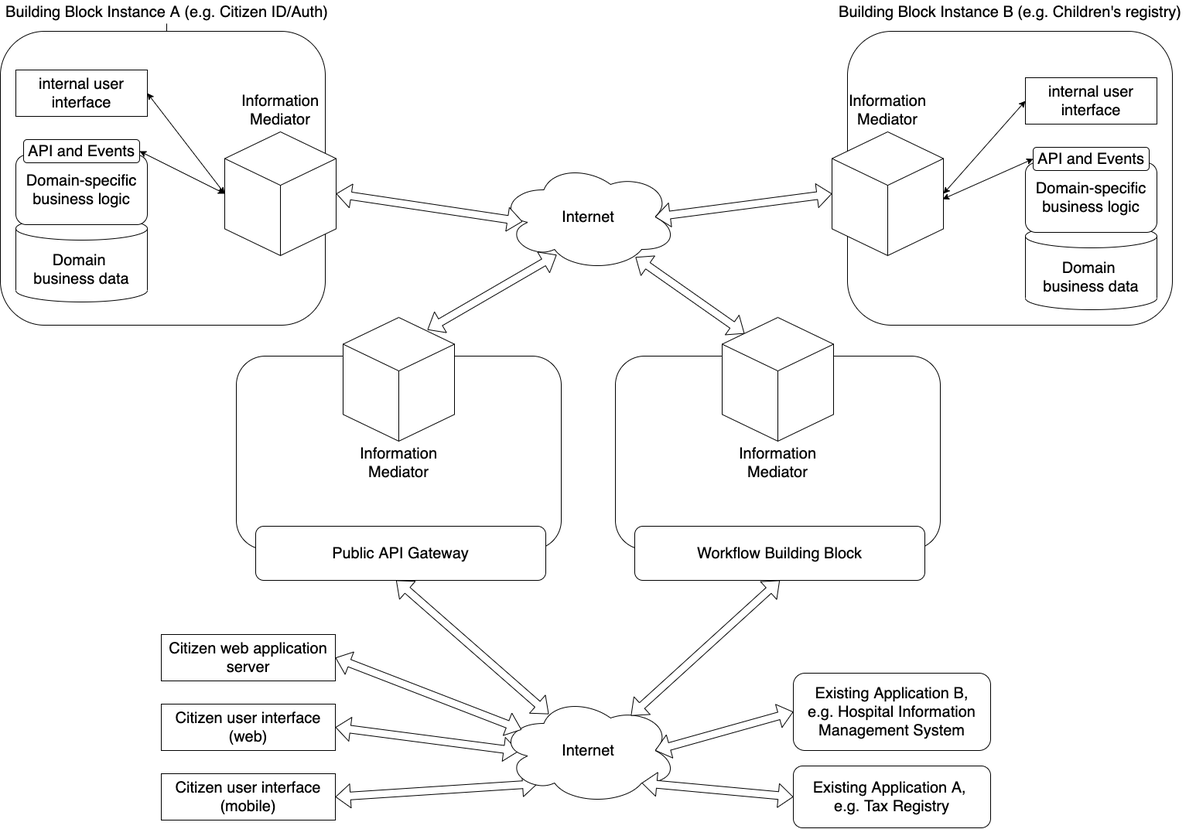
Earlier version of the draw.io export diagrams/information_mediator.png (GovStackWorkingGroup/BuildingBlockAPI). Source tidied: cells renumbered, new cells last; positions are measured from the earlier drawing's top-left corner, leaving out a move shared by most shapes.
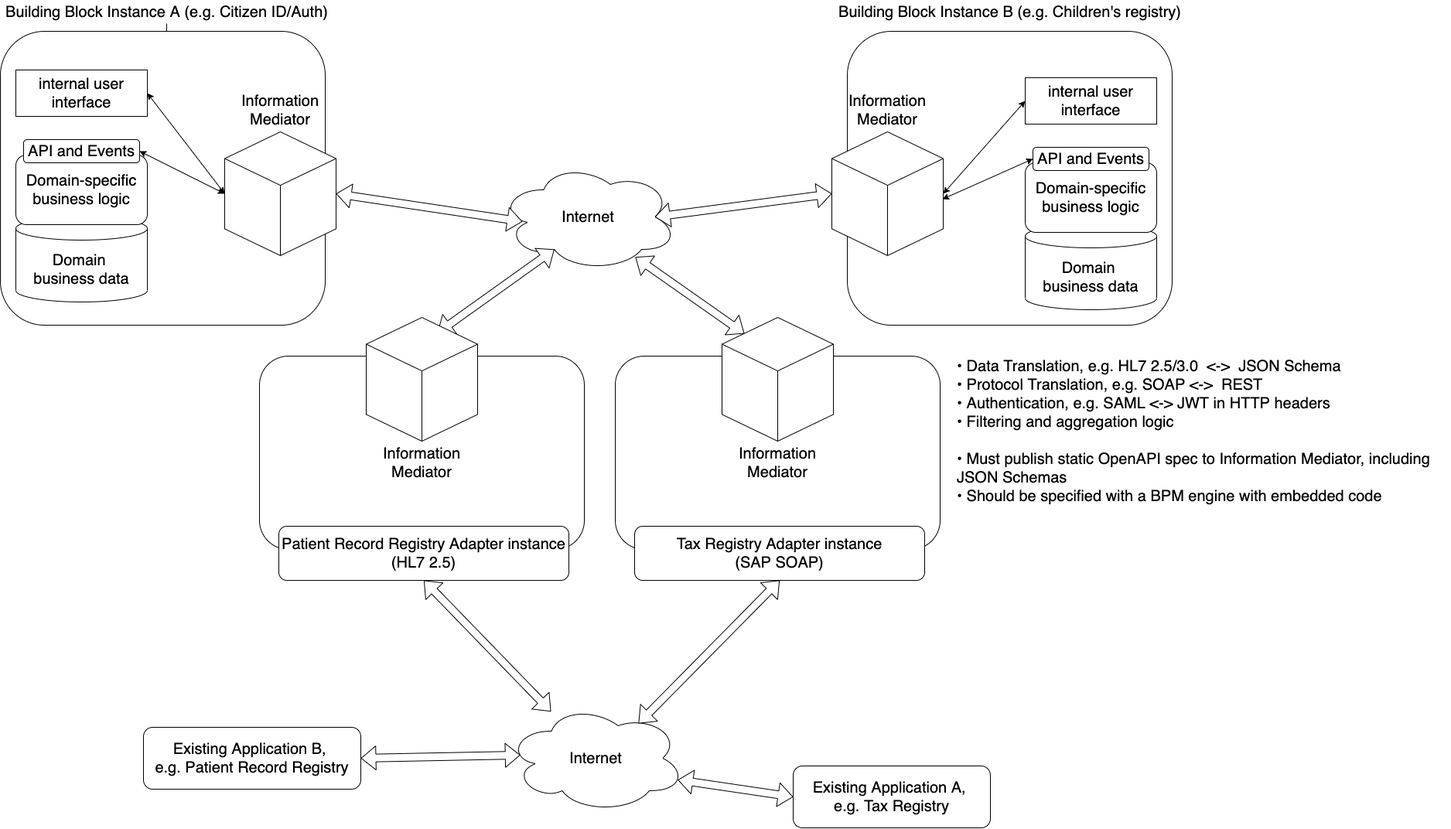
After the commit.

The edit, as a diff of the source:
```diff
@@ -17,17 +17,8 @@
     <mxCell id="6" style="shape=flexArrow;endArrow=classic;html=1;fontSize=20;entryX=0;entryY=0.5;entryDx=0;entryDy=0;entryPerimeter=0;startArrow=block;exitX=0.875;exitY=0.5;exitDx=0;exitDy=0;exitPerimeter=0;fillColor=#ffffff;" parent="1" edge="1" source="4" target="49">
       <mxGeometry relative="1" as="geometry" />
     </mxCell>
-    <mxCell id="7" style="shape=flexArrow;endArrow=classic;html=1;fontSize=20;startArrow=block;entryX=0.757;entryY=0.1;entryDx=0;entryDy=0;entryPerimeter=0;exitX=0.322;exitY=0.85;exitDx=0;exitDy=0;exitPerimeter=0;fillColor=#ffffff;" parent="1" edge="1" source="4" target="39">
-      <mxGeometry relative="1" as="geometry" />
-    </mxCell>
-    <mxCell id="8" style="shape=flexArrow;endArrow=classic;html=1;fontSize=20;startArrow=block;entryX=1;entryY=0.5;entryDx=0;entryDy=0;exitX=0.109;exitY=0.507;exitDx=0;exitDy=0;exitPerimeter=0;" parent="1" edge="1" source="10" target="19">
-      <mxGeometry relative="1" as="geometry" />
-    </mxCell>
-    <mxCell id="9" style="shape=flexArrow;endArrow=classic;html=1;fontSize=20;startArrow=block;entryX=1;entryY=0.5;entryDx=0;entryDy=0;exitX=0.215;exitY=0.807;exitDx=0;exitDy=0;exitPerimeter=0;" parent="1" edge="1" source="10" target="18">
-      <mxGeometry relative="1" as="geometry" />
-    </mxCell>
     <mxCell id="10" value="Internet" style="ellipse;shape=cloud;whiteSpace=wrap;html=1;fontSize=20;" parent="1" vertex="1">
-      <mxGeometry x="645" y="900" width="230" height="140" as="geometry" />
+      <mxGeometry x="655" y="910" width="230" height="140" as="geometry" />
     </mxCell>
     <mxCell id="11" style="shape=flexArrow;endArrow=classic;html=1;fontSize=20;startArrow=block;entryX=0.201;entryY=0.131;entryDx=0;entryDy=0;entryPerimeter=0;fillColor=#ffffff;exitX=0.765;exitY=0.871;exitDx=0;exitDy=0;exitPerimeter=0;" parent="1" edge="1" source="4" target="34">
       <mxGeometry relative="1" as="geometry" />
@@ -35,33 +26,12 @@
     <mxCell id="12" style="shape=flexArrow;endArrow=classic;html=1;fontSize=20;startArrow=block;entryX=0.739;entryY=0.179;entryDx=0;entryDy=0;entryPerimeter=0;fillColor=#ffffff;exitX=0.5;exitY=1;exitDx=0;exitDy=0;" parent="1" edge="1" source="36" target="10">
       <mxGeometry x="900" y="500" as="geometry" />
     </mxCell>
-    <mxCell id="13" style="shape=flexArrow;endArrow=classic;html=1;fontSize=20;startArrow=block;entryX=0.278;entryY=0.164;entryDx=0;entryDy=0;entryPerimeter=0;fillColor=#ffffff;exitX=0.484;exitY=1;exitDx=0;exitDy=0;exitPerimeter=0;" parent="1" edge="1" source="41" target="10">
-      <mxGeometry relative="1" as="geometry" />
-    </mxCell>
     <mxCell id="14" value="&lt;font style=&quot;font-size: 20px&quot;&gt;Existing Application A, &lt;br&gt;e.g. Tax Registry&lt;/font&gt;" style="rounded=1;whiteSpace=wrap;html=1;" parent="1" vertex="1">
       <mxGeometry x="1025" y="990" width="255" height="80" as="geometry" />
     </mxCell>
-    <mxCell id="15" style="shape=flexArrow;endArrow=classic;html=1;fontSize=20;startArrow=block;fillColor=#ffffff;entryX=0.8;entryY=0.8;entryDx=0;entryDy=0;entryPerimeter=0;exitX=0;exitY=0.5;exitDx=0;exitDy=0;" parent="1" edge="1" source="14" target="10">
+    <mxCell id="15" style="shape=flexArrow;endArrow=classic;html=1;fontSize=20;startArrow=block;fillColor=#ffffff;entryX=0.96;entryY=0.7;entryDx=0;entryDy=0;entryPerimeter=0;exitX=0;exitY=0.5;exitDx=0;exitDy=0;" parent="1" edge="1" source="14" target="10">
       <mxGeometry relative="1" as="geometry" />
     </mxCell>
-    <mxCell id="16" value="&lt;font style=&quot;font-size: 20px&quot;&gt;Existing Application B,&lt;br&gt;e.g. Hospital Information Management System&lt;br&gt;&lt;/font&gt;" style="rounded=1;whiteSpace=wrap;html=1;" parent="1" vertex="1">
-      <mxGeometry x="1025" y="870" width="255" height="100" as="geometry" />
-    </mxCell>
-    <mxCell id="17" style="shape=flexArrow;endArrow=classic;html=1;fontSize=20;startArrow=block;fillColor=#ffffff;entryX=0.875;entryY=0.5;entryDx=0;entryDy=0;entryPerimeter=0;exitX=0;exitY=0.5;exitDx=0;exitDy=0;" parent="1" edge="1" source="16" target="10">
-      <mxGeometry relative="1" as="geometry" />
-    </mxCell>
-    <mxCell id="18" value="Citizen user interface (mobile)" style="rounded=0;whiteSpace=wrap;html=1;fontSize=20;fontStyle=0;glass=0;" parent="1" vertex="1">
-      <mxGeometry x="208" y="1000" width="225" height="60" as="geometry" />
-    </mxCell>
-    <mxCell id="19" value="Citizen user interface (web)" style="rounded=0;whiteSpace=wrap;html=1;fontSize=20;" parent="1" vertex="1">
-      <mxGeometry x="208" y="910" width="225" height="60" as="geometry" />
-    </mxCell>
-    <mxCell id="20" value="Citizen web application server" style="rounded=0;whiteSpace=wrap;html=1;fontSize=20;" parent="1" vertex="1">
-      <mxGeometry x="208" y="820" width="225" height="60" as="geometry" />
-    </mxCell>
-    <mxCell id="21" style="shape=flexArrow;endArrow=classic;html=1;fontSize=20;startArrow=block;entryX=0.125;entryY=0.308;entryDx=0;entryDy=0;entryPerimeter=0;fillColor=#ffffff;exitX=1;exitY=0.5;exitDx=0;exitDy=0;" parent="1" edge="1" source="20" target="10">
-      <mxGeometry relative="1" as="geometry" />
-    </mxCell>
     <mxCell id="22" style="group;fontSize=20;" parent="1" vertex="1">
       <mxGeometry y="40" width="1242.5" height="550" as="geometry" />
     </mxCell>
@@ -92,6 +62,11 @@
     <mxCell id="31" style="endArrow=classic;html=1;entryX=1;entryY=0.5;entryDx=0;entryDy=0;exitX=0;exitY=0.5;exitDx=0;exitDy=0;exitPerimeter=0;startArrow=classic;startFill=1;fontSize=20;" parent="22" edge="1" source="29" target="28">
       <mxGeometry relative="1" as="geometry" />
     </mxCell>
+    <mxCell id="54" style="shape=flexArrow;endArrow=classic;html=1;fontSize=20;startArrow=block;entryX=0.31;entryY=0.8;entryDx=0;entryDy=0;entryPerimeter=0;fillColor=#ffffff;" parent="22" edge="1" target="4">
+      <mxGeometry relative="1" as="geometry">
+        <mxPoint x="565" y="390" as="sourcePoint" />
+      </mxGeometry>
+    </mxCell>
     <mxCell id="32" style="group;" parent="1" vertex="1">
       <mxGeometry x="795" y="410" width="420" height="370" as="geometry" />
     </mxCell>
@@ -104,24 +79,9 @@
     <mxCell id="35" style="group;fontSize=20;" parent="32" vertex="1">
       <mxGeometry x="25" y="270" width="375" height="70" as="geometry" />
     </mxCell>
-    <mxCell id="36" value="Workflow Building Block" style="rounded=1;whiteSpace=wrap;html=1;fontSize=20;" parent="35" vertex="1">
+    <mxCell id="36" value="Tax Registry Adapter instance&lt;br&gt;(SAP SOAP)" style="rounded=1;whiteSpace=wrap;html=1;fontSize=20;" parent="35" vertex="1">
       <mxGeometry width="375" height="70" as="geometry" />
     </mxCell>
-    <mxCell id="37" style="group;" parent="1" vertex="1">
-      <mxGeometry x="305" y="410" width="420" height="370" as="geometry" />
-    </mxCell>
-    <mxCell id="38" style="rounded=1;whiteSpace=wrap;html=1;fontSize=20;" parent="37" vertex="1">
-      <mxGeometry y="50" width="420" height="250" as="geometry" />
-    </mxCell>
-    <mxCell id="39" value="&lt;font style=&quot;font-size: 20px&quot;&gt;&lt;br&gt;&lt;br&gt;&lt;br style=&quot;font-size: 20px&quot;&gt;&lt;br style=&quot;font-size: 20px&quot;&gt;&lt;br style=&quot;font-size: 20px&quot;&gt;&lt;br style=&quot;font-size: 20px&quot;&gt;&lt;br style=&quot;font-size: 20px&quot;&gt;&lt;br style=&quot;font-size: 20px&quot;&gt;&lt;br style=&quot;font-size: 20px&quot;&gt;Information Mediator&lt;br style=&quot;font-size: 20px&quot;&gt;&lt;/font&gt;" style="html=1;whiteSpace=wrap;shape=isoCube2;backgroundOutline=1;isoAngle=15;fontSize=20;align=center;" parent="37" vertex="1">
-      <mxGeometry x="138" width="144" height="160" as="geometry" />
-    </mxCell>
-    <mxCell id="40" style="group;fontSize=20;" parent="37" vertex="1">
-      <mxGeometry x="25" y="270" width="375" height="70" as="geometry" />
-    </mxCell>
-    <mxCell id="41" value="Public API Gateway" style="rounded=1;whiteSpace=wrap;html=1;fontSize=20;" parent="40" vertex="1">
-      <mxGeometry width="375" height="70" as="geometry" />
-    </mxCell>
     <mxCell id="42" value=" " style="group;" parent="1" vertex="1">
       <mxGeometry x="1095" width="450" height="420" as="geometry" />
     </mxCell>
@@ -158,5 +118,32 @@
     <mxCell id="53" value="&lt;font style=&quot;font-size: 20px&quot;&gt;Building Block Instance B (e.g. Children's registry)&lt;/font&gt;" style="text;html=1;align=center;verticalAlign=middle;strokeColor=none;fontSize=20;" parent="42" vertex="1">
       <mxGeometry x="-30" width="480" height="30" as="geometry" />
     </mxCell>
+    <mxCell id="55" style="group;" parent="1" vertex="1">
+      <mxGeometry x="335" y="410" width="420" height="370" as="geometry" />
+    </mxCell>
+    <mxCell id="38" style="rounded=1;whiteSpace=wrap;html=1;fontSize=20;" parent="55" vertex="1">
+      <mxGeometry y="50" width="420" height="250" as="geometry" />
+    </mxCell>
+    <mxCell id="39" value="&lt;font style=&quot;font-size: 20px&quot;&gt;&lt;br&gt;&lt;br&gt;&lt;br style=&quot;font-size: 20px&quot;&gt;&lt;br style=&quot;font-size: 20px&quot;&gt;&lt;br style=&quot;font-size: 20px&quot;&gt;&lt;br style=&quot;font-size: 20px&quot;&gt;&lt;br style=&quot;font-size: 20px&quot;&gt;&lt;br style=&quot;font-size: 20px&quot;&gt;&lt;br style=&quot;font-size: 20px&quot;&gt;Information Mediator&lt;br style=&quot;font-size: 20px&quot;&gt;&lt;/font&gt;" style="html=1;whiteSpace=wrap;shape=isoCube2;backgroundOutline=1;isoAngle=15;fontSize=20;align=center;" parent="55" vertex="1">
+      <mxGeometry x="138" width="144" height="160" as="geometry" />
+    </mxCell>
+    <mxCell id="40" style="group;fontSize=20;" parent="55" vertex="1">
+      <mxGeometry x="25" y="270" width="375" height="70" as="geometry" />
+    </mxCell>
+    <mxCell id="56" value="Patient Record Registry Adapter instance&lt;br&gt;(HL7 2.5)" style="rounded=1;whiteSpace=wrap;html=1;fontSize=20;" parent="40" vertex="1">
+      <mxGeometry width="375" height="70" as="geometry" />
+    </mxCell>
+    <mxCell id="57" value="&lt;div style=&quot;&quot;&gt;&lt;span style=&quot;font-size: 20px&quot;&gt;&lt;font face=&quot;helvetica&quot;&gt;• Data Translation, e.g. HL7 2.5/3.0&amp;nbsp; &amp;lt;-&amp;gt;&amp;nbsp; JSON Schema&lt;/font&gt;&lt;/span&gt;&lt;/div&gt;&lt;div style=&quot;&quot;&gt;&lt;span style=&quot;font-size: 20px&quot;&gt;&lt;font face=&quot;helvetica&quot;&gt;• Protocol Translation, e.g. SOAP &amp;lt;-&amp;gt;&amp;nbsp; REST&lt;/font&gt;&lt;/span&gt;&lt;/div&gt;&lt;div style=&quot;&quot;&gt;&lt;span style=&quot;font-size: 20px&quot;&gt;&lt;font face=&quot;helvetica&quot;&gt;• Authentication, e.g. SAML &amp;lt;-&amp;gt; JWT in HTTP headers&lt;/font&gt;&lt;/span&gt;&lt;/div&gt;&lt;div style=&quot;&quot;&gt;&lt;span style=&quot;font-size: 20px&quot;&gt;&lt;font face=&quot;helvetica&quot;&gt;• Filtering and aggregation logic&lt;/font&gt;&lt;/span&gt;&lt;/div&gt;&lt;div style=&quot;&quot;&gt;&lt;/div&gt;&lt;span style=&quot;font-family: helvetica; font-size: 20px;&quot;&gt;&lt;br&gt;&lt;/span&gt;&lt;div style=&quot;&quot;&gt;&lt;span style=&quot;font-size: 20px&quot;&gt;&lt;font face=&quot;helvetica&quot;&gt;• Must publish static OpenAPI spec to Information Mediator, including JSON Schemas&lt;/font&gt;&lt;/span&gt;&lt;/div&gt;&lt;div style=&quot;&quot;&gt;&lt;span style=&quot;font-family: &amp;quot;helvetica&amp;quot; ; font-size: 20px&quot;&gt;•&amp;nbsp;&lt;/span&gt;&lt;span style=&quot;font-family: &amp;quot;helvetica&amp;quot; ; font-size: 20px&quot;&gt;Should be specified with a BPM engine with embedded code&lt;/span&gt;&lt;span style=&quot;font-size: 20px&quot;&gt;&lt;font face=&quot;helvetica&quot;&gt;&lt;br&gt;&lt;/font&gt;&lt;/span&gt;&lt;/div&gt;" style="text;whiteSpace=wrap;html=1;align=left;" parent="1" vertex="1">
+      <mxGeometry x="1235" y="455" width="640" height="280" as="geometry" />
+    </mxCell>
+    <mxCell id="58" value="&lt;font style=&quot;font-size: 20px&quot;&gt;Existing Application B, &lt;br&gt;e.g. Patient Record Registry&lt;/font&gt;" style="rounded=1;whiteSpace=wrap;html=1;" parent="1" vertex="1">
+      <mxGeometry x="185" y="940" width="281" height="80" as="geometry" />
+    </mxCell>
+    <mxCell id="59" style="shape=flexArrow;endArrow=classic;html=1;fontSize=20;startArrow=block;fillColor=#ffffff;entryX=1;entryY=0.5;entryDx=0;entryDy=0;exitX=0.075;exitY=0.471;exitDx=0;exitDy=0;exitPerimeter=0;" parent="1" edge="1" source="10" target="58">
+      <mxGeometry relative="1" as="geometry" />
+    </mxCell>
+    <mxCell id="60" style="shape=flexArrow;endArrow=classic;html=1;fontSize=20;startArrow=block;fillColor=#ffffff;exitX=0.5;exitY=1;exitDx=0;exitDy=0;" parent="1" edge="1" source="56" target="10">
+      <mxGeometry x="520" y="514.9" as="geometry" />
+    </mxCell>
   </root>
 </mxGraphModel>
```
